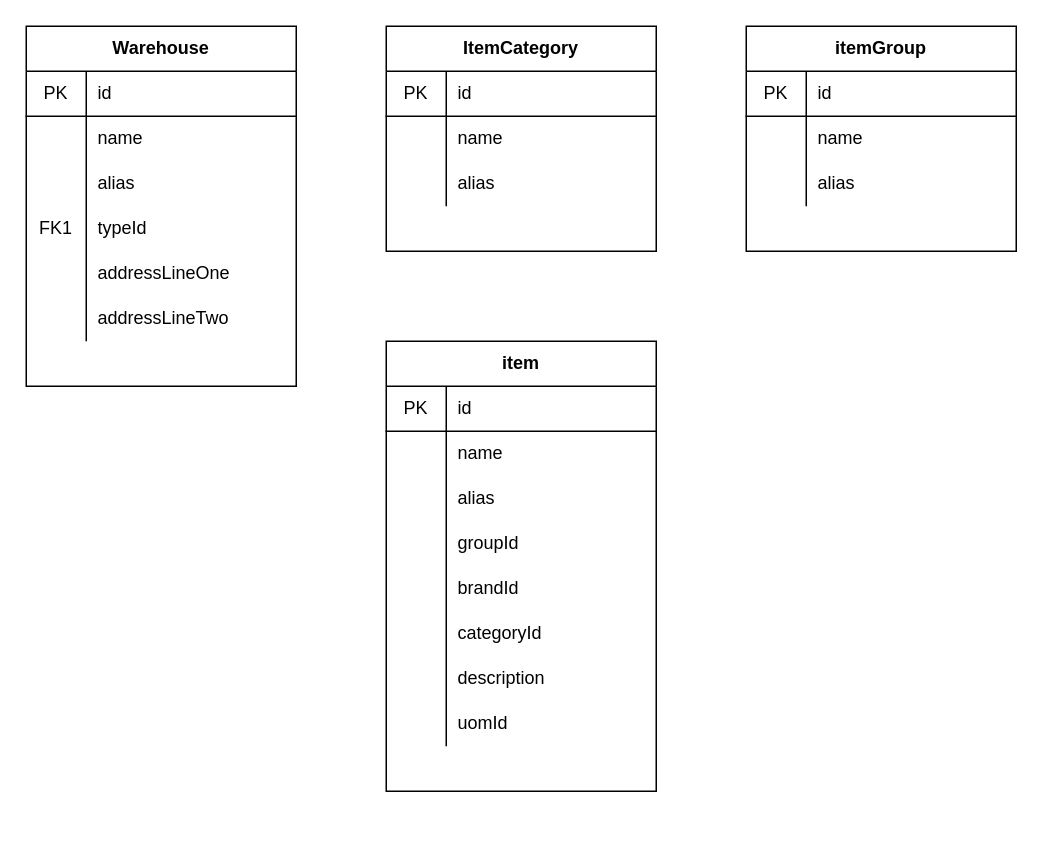
Before: page "Page-2" (2 of 2) of Untitled Diagram.drawio in TheStarkster/schemas, a draw.io diagram. Source tidied: cells renumbered, new cells numbered last; positions are measured from the earlier drawing's top-left corner, leaving out a move shared by most shapes. Both pictures are drawn from the tidied source at 150%, with x=0, y=0 at pixel (26, 26).
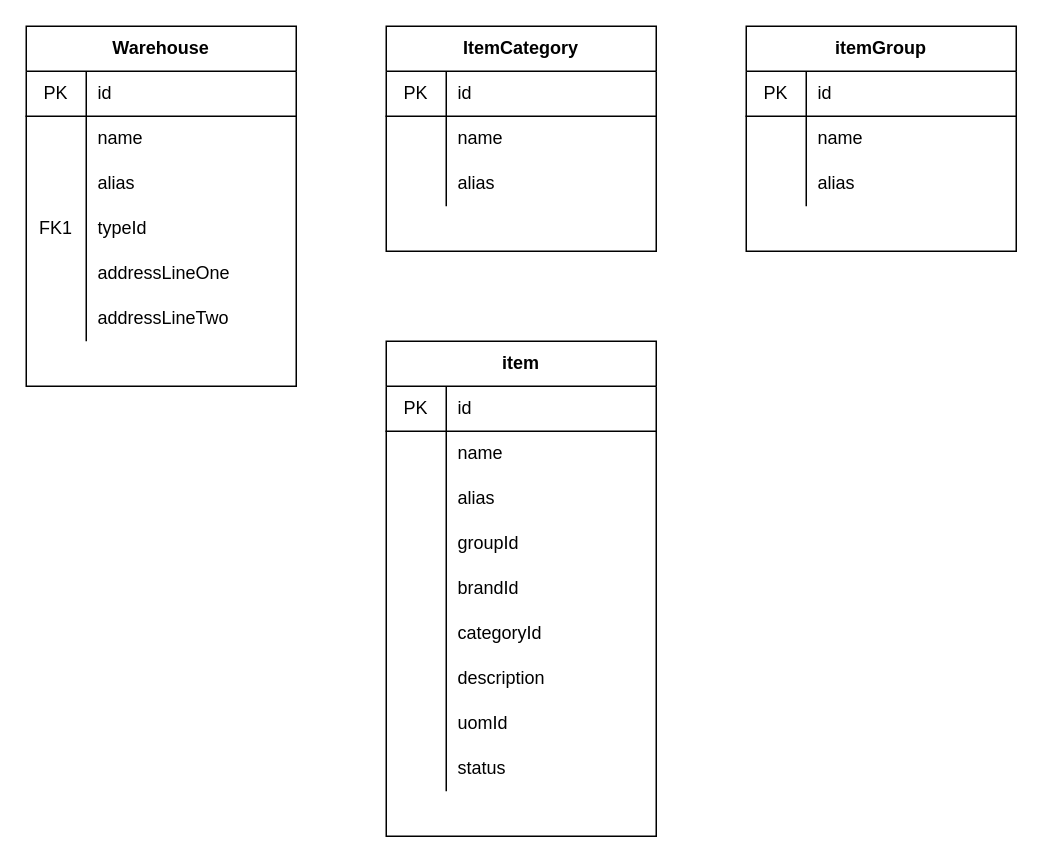
The same page after the edit.

Change to the diagram source:
```diff
@@
     <mxCell id="41" value="item" style="shape=table;html=1;whiteSpace=wrap;startSize=30;childLayout=tableLayout;rowLines=0;fontStyle=1;align=center;" parent="1" vertex="1">
-      <mxGeometry x="240" y="210" width="180" height="300" as="geometry" />
+      <mxGeometry x="240" y="210" width="180" height="330" as="geometry" />
     </mxCell>
@@
+    <mxCell id="66" style="shape=partialRectangle;html=1;whiteSpace=wrap;fillColor=none;top=0;left=0;bottom=0;right=0;" parent="41" vertex="1">
+      <mxGeometry y="270" width="180" height="30" as="geometry" />
+    </mxCell>
+    <mxCell id="67" style="shape=partialRectangle;html=1;whiteSpace=wrap;fillColor=none;top=0;left=0;bottom=0;right=0;overflow=hidden;" parent="66" vertex="1">
+      <mxGeometry width="40" height="30" as="geometry" />
+    </mxCell>
+    <mxCell id="68" value="status" style="shape=partialRectangle;html=1;whiteSpace=wrap;fillColor=none;top=0;left=0;bottom=0;right=0;align=left;spacingLeft=6;overflow=hidden;" parent="66" vertex="1">
+      <mxGeometry x="40" width="140" height="30" as="geometry" />
+    </mxCell>
```
